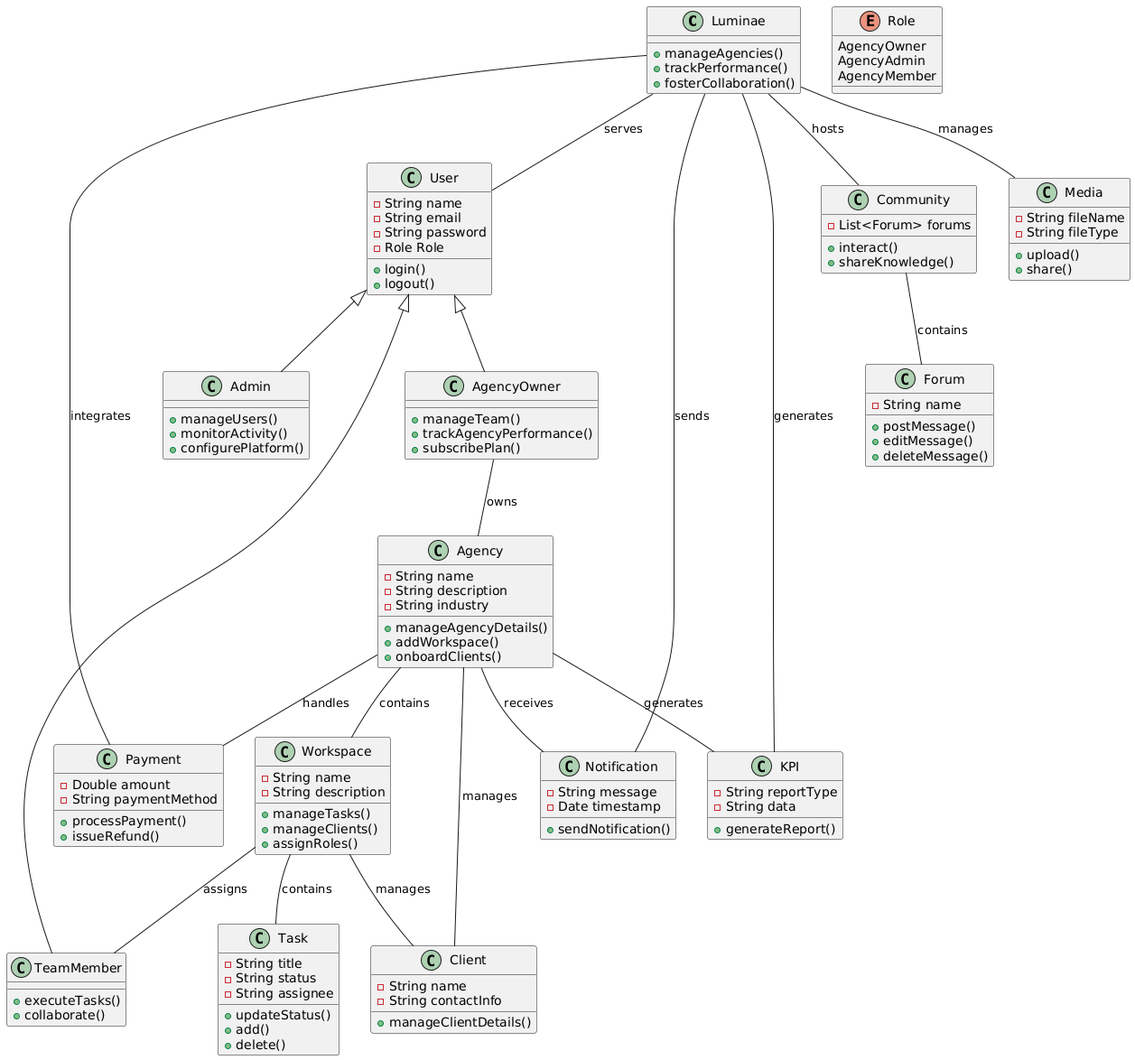
This is documentation/class-diagram.png from phyziyx/luminae, a PlantUML export, as it was before one commit. Its source is kept beside it as documentation/class-diagram.puml. Its diagram source:
```plantuml
@startuml
class Luminae {
  + manageAgencies()
  + trackPerformance()
  + fosterCollaboration()
}

enum Role {
  AgencyOwner
  AgencyAdmin
  AgencyMember
}

class User {
  - String name
  - String email
  - String password
  - Role Role
  + login()
  + logout()
}

class Agency {
  - String name
  - String description
  - String industry
  + manageAgencyDetails()
  + addWorkspace()
  + onboardClients()
}

class AgencyOwner {
  + manageTeam()
  + trackAgencyPerformance()
  + subscribePlan()
}

class TeamMember {
  + executeTasks()
  + collaborate()
}

class Admin {
  + manageUsers()
  + monitorActivity()
  + configurePlatform()
}

class Workspace {
  - String name
  - String description
  + manageTasks()
  + manageClients()
  + assignRoles()
}

class Task {
  - String title
  - String status
  - String assignee
  + updateStatus()
  + add()
  + delete()
}

class Client {
  - String name
  - String contactInfo
  + manageClientDetails()
}

class Community {
  - List<Forum> forums
  + interact()
  + shareKnowledge()
}

class Forum {
  - String name
  + postMessage()
  + editMessage()
  + deleteMessage()
}

class Payment {
  - Double amount
  - String paymentMethod
  + processPayment()
  + issueRefund()
}

class Notification {
  - String message
  - Date timestamp
  + sendNotification()
}

class Media {
  - String fileName
  - String fileType
  + upload()
  + share()
}

Luminae -- User : "serves"
User <|-- AgencyOwner
User <|-- TeamMember
User <|-- Admin
AgencyOwner -- Agency : "owns"
Agency -- Workspace : "contains"
Agency -- Client : "manages"
Agency -- Notification : "receives"
Agency -- Payment : "handles"
Workspace -- Task : "contains"
Workspace -- TeamMember : "assigns"
Workspace -- Client : "manages"
Luminae -- Payment : "integrates"
Luminae -- Community : "hosts"
Community -- Forum : "contains"
Luminae -- Notification : "sends"
Luminae -- Media : "manages"
@enduml
```
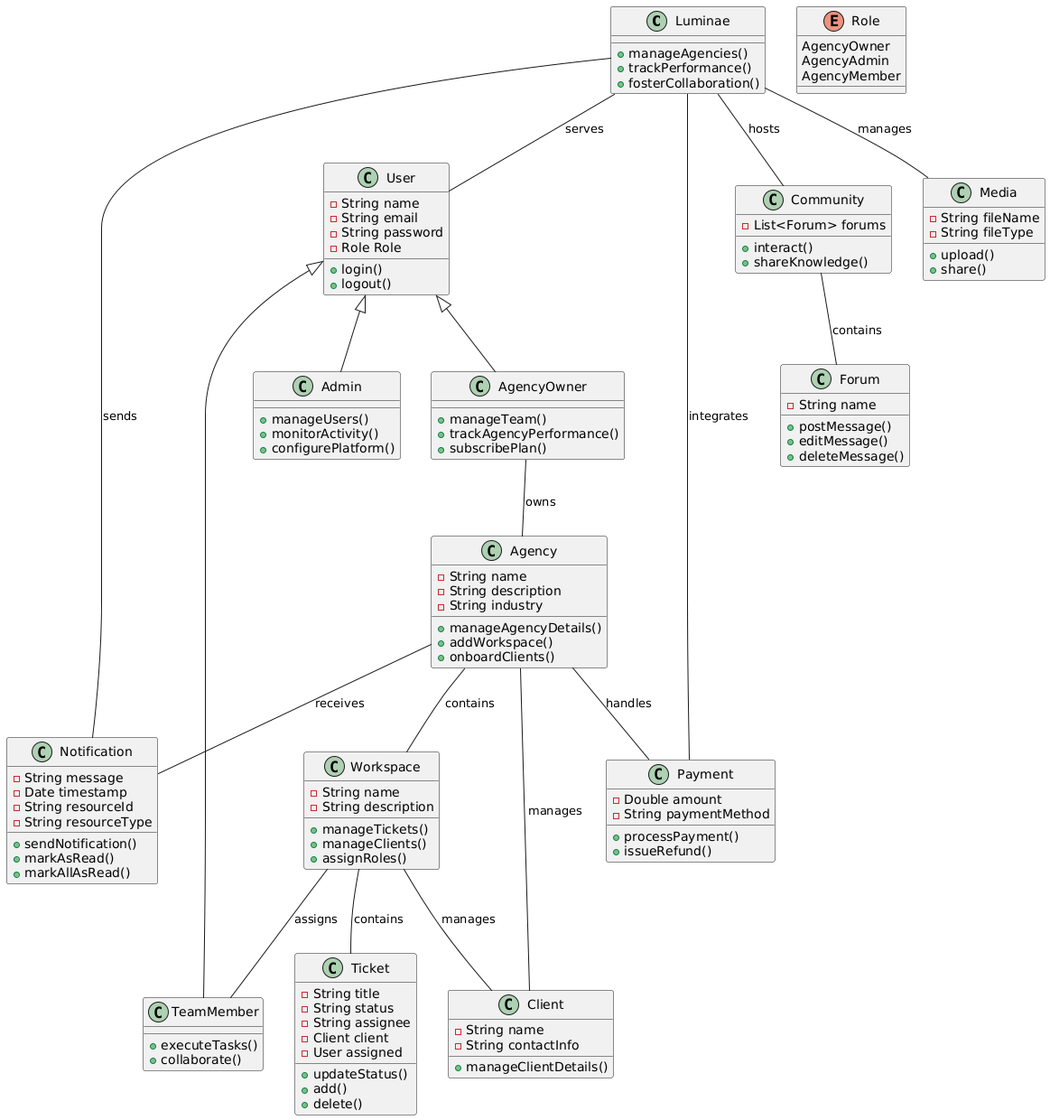
The same diagram one commit later.

The edit, as a diff of the source:
```diff
@@ -49,15 +49,17 @@
 class Workspace {
   - String name
   - String description
-  + manageTasks()
+  + manageTickets()
   + manageClients()
   + assignRoles()
 }
 
-class Task {
+class Ticket {
   - String title
   - String status
   - String assignee
+  - Client client
+  - User assigned
   + updateStatus()
   + add()
   + delete()
@@ -92,7 +94,11 @@
 class Notification {
   - String message
   - Date timestamp
+  - String resourceId
+  - String resourceType
   + sendNotification()
+  + markAsRead()
+  + markAllAsRead()
 }
 
 class Media {
@@ -111,7 +117,7 @@
 Agency -- Client : "manages"
 Agency -- Notification : "receives"
 Agency -- Payment : "handles"
-Workspace -- Task : "contains"
+Workspace -- Ticket : "contains"
 Workspace -- TeamMember : "assigns"
 Workspace -- Client : "manages"
 Luminae -- Payment : "integrates"
```
